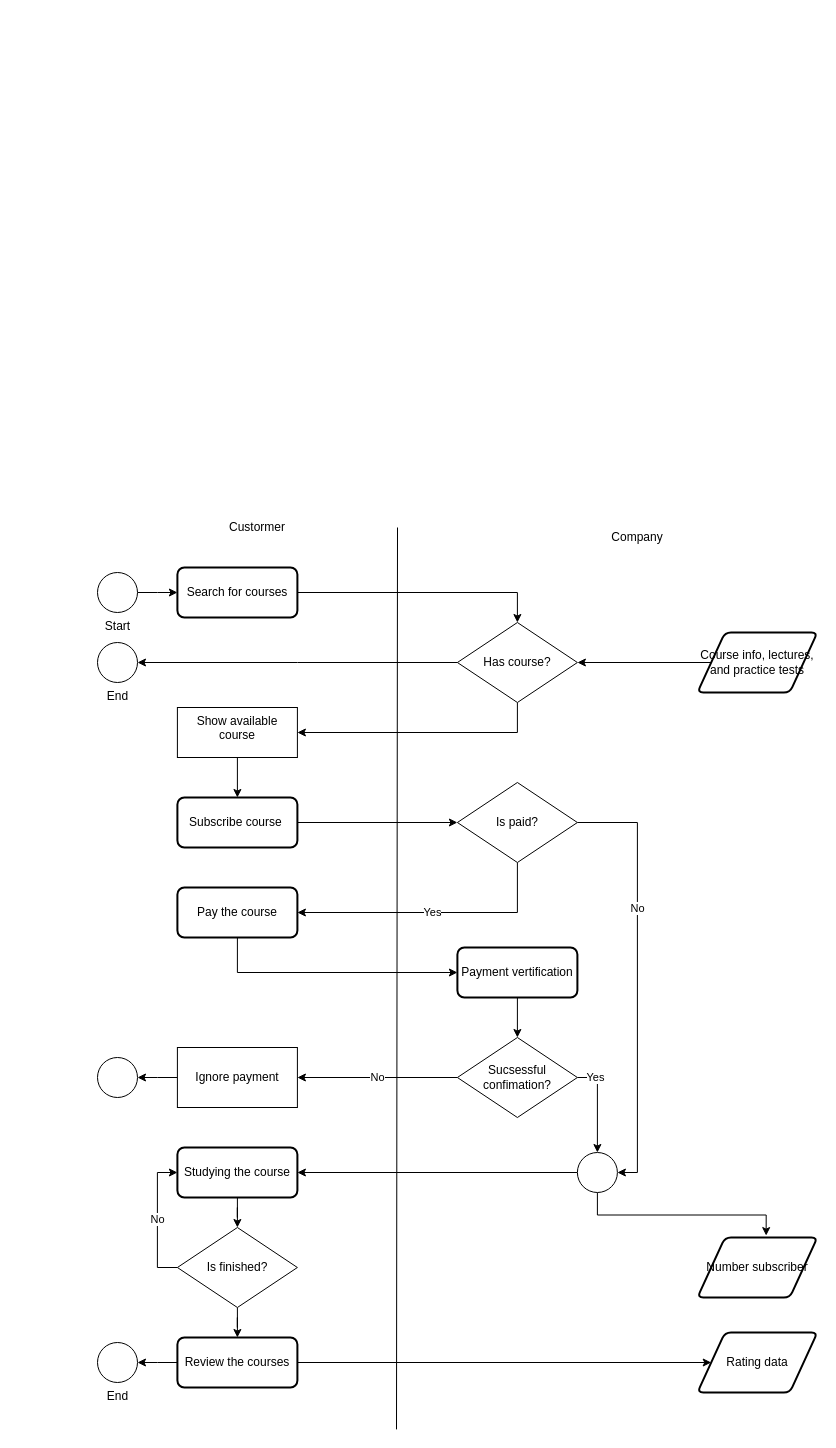
The draw.io diagram page "Page-1" (1 of 2) of 1641Diagram.drawio in vancodocton/1641workspace, before the edit. Source tidied: cells renumbered, new cells numbered last; positions are measured from the earlier drawing's top-left corner, leaving out a move shared by most shapes. Both pictures are drawn from the tidied source at 100%, with x=0, y=0 at pixel (97, 517).
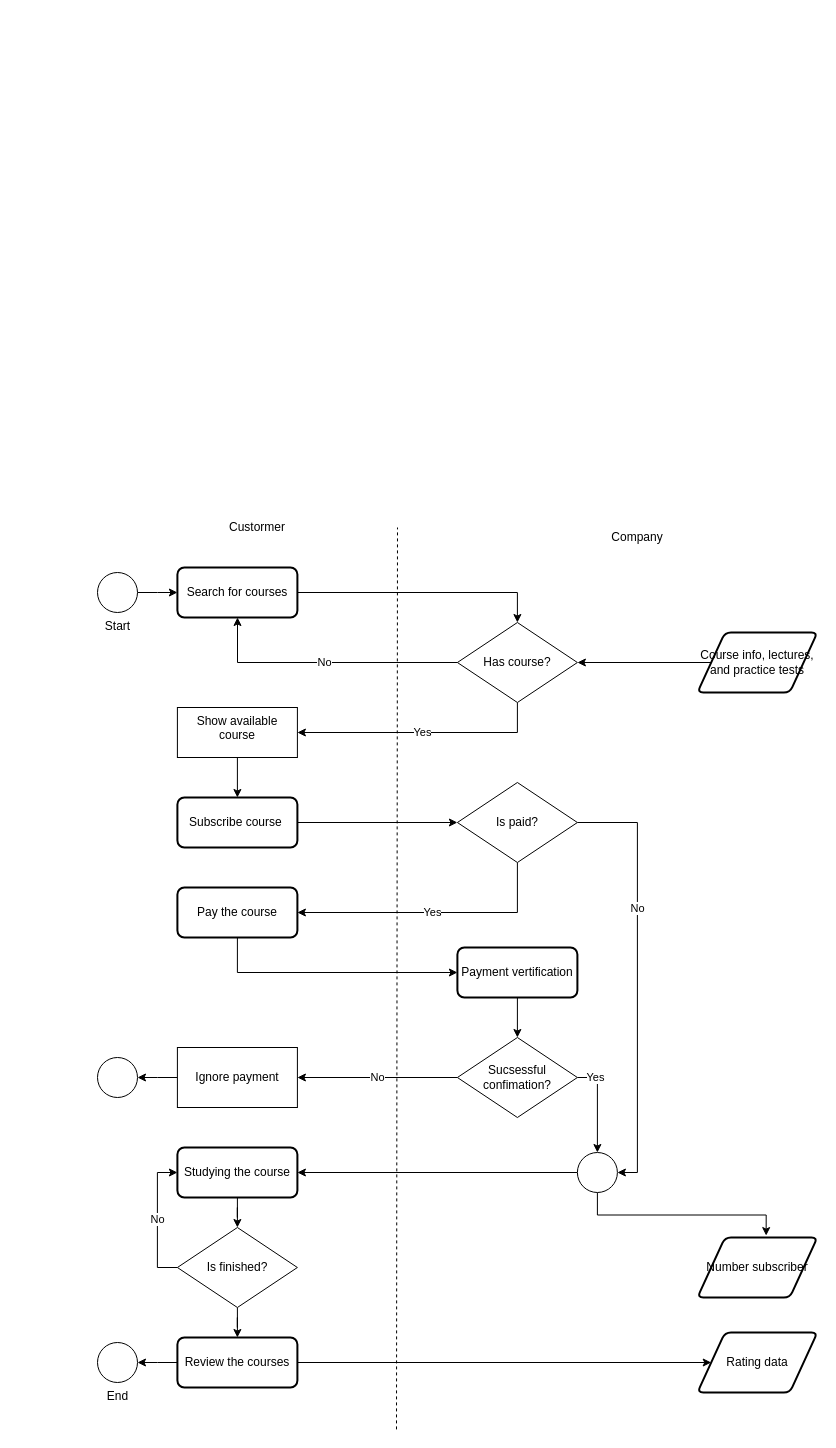
The same diagram, later.

Unchanged cells that the change refers to:
```xml
<mxCell id="8" value="Has course?" style="rhombus;whiteSpace=wrap;html=1;verticalAlign=middle;align=center;" parent="1" vertex="1">
  <mxGeometry x="359.9" y="105" width="120" height="80" as="geometry" />
</mxCell>
<mxCell id="9" value="Search for courses" style="rounded=1;whiteSpace=wrap;html=1;absoluteArcSize=1;arcSize=14;strokeWidth=2;align=center;" parent="1" vertex="1">
  <mxGeometry x="79.9" y="50" width="120" height="50" as="geometry" />
</mxCell>
<mxCell id="11" value="Show available course" style="whiteSpace=wrap;html=1;verticalAlign=top;" parent="1" vertex="1">
  <mxGeometry x="79.9" y="190" width="120" height="50" as="geometry" />
</mxCell>
```

What changed in the source:
```diff
@@
     <mxCell id="2" value="Custormer" style="text;html=1;strokeColor=none;fillColor=none;align=center;verticalAlign=middle;whiteSpace=wrap;rounded=0;" parent="1" vertex="1">
-      <mxGeometry x="140" width="40" height="20" as="geometry" />
+      <mxGeometry x="-80" y="-500" width="480" height="1020" as="geometry" />
     </mxCell>
@@
-    <mxCell id="6" style="edgeStyle=orthogonalEdgeStyle;rounded=0;jettySize=auto;html=1;exitX=0.5;exitY=1;exitDx=0;exitDy=0;entryX=1;entryY=0.5;entryDx=0;entryDy=0;" parent="1" edge="1" source="8" target="11">
+    <mxCell id="6" value="Yes" style="edgeStyle=orthogonalEdgeStyle;rounded=0;jettySize=auto;html=1;exitX=0.5;exitY=1;exitDx=0;exitDy=0;entryX=1;entryY=0.5;entryDx=0;entryDy=0;" parent="1" edge="1" source="8" target="11">
       <mxGeometry relative="1" as="geometry" />
     </mxCell>
-    <mxCell id="7" style="edgeStyle=elbowEdgeStyle;rounded=0;jettySize=auto;html=1;" parent="1" edge="1" source="8" target="44">
-      <mxGeometry relative="1" as="geometry" />
+    <mxCell id="7" value="No" style="edgeStyle=elbowEdgeStyle;rounded=0;jettySize=auto;html=1;entryX=0.5;entryY=1;entryDx=0;entryDy=0;exitX=0;exitY=0.5;exitDx=0;exitDy=0;" parent="1" edge="1" source="8" target="9">
+      <mxGeometry relative="1" as="geometry">
+        <Array as="points">
+          <mxPoint x="140" y="130" />
+        </Array>
+      </mxGeometry>
     </mxCell>
@@
-    <mxCell id="44" value="End" style="verticalLabelPosition=bottom;verticalAlign=top;html=1;shape=mxgraph.flowchart.on-page_reference;" parent="1" vertex="1">
-      <mxGeometry y="125" width="40" height="40" as="geometry" />
-    </mxCell>
-    <mxCell id="45" style="endArrow=none;html=1;" parent="1" edge="1">
+    <mxCell id="45" style="endArrow=none;html=1;dashed=1;" parent="1" edge="1">
       <mxGeometry relative="1" as="geometry">
         <mxPoint x="299" y="911.9" as="sourcePoint" />
         <mxPoint x="300" y="10" as="targetPoint" />
       </mxGeometry>
     </mxCell>
```
